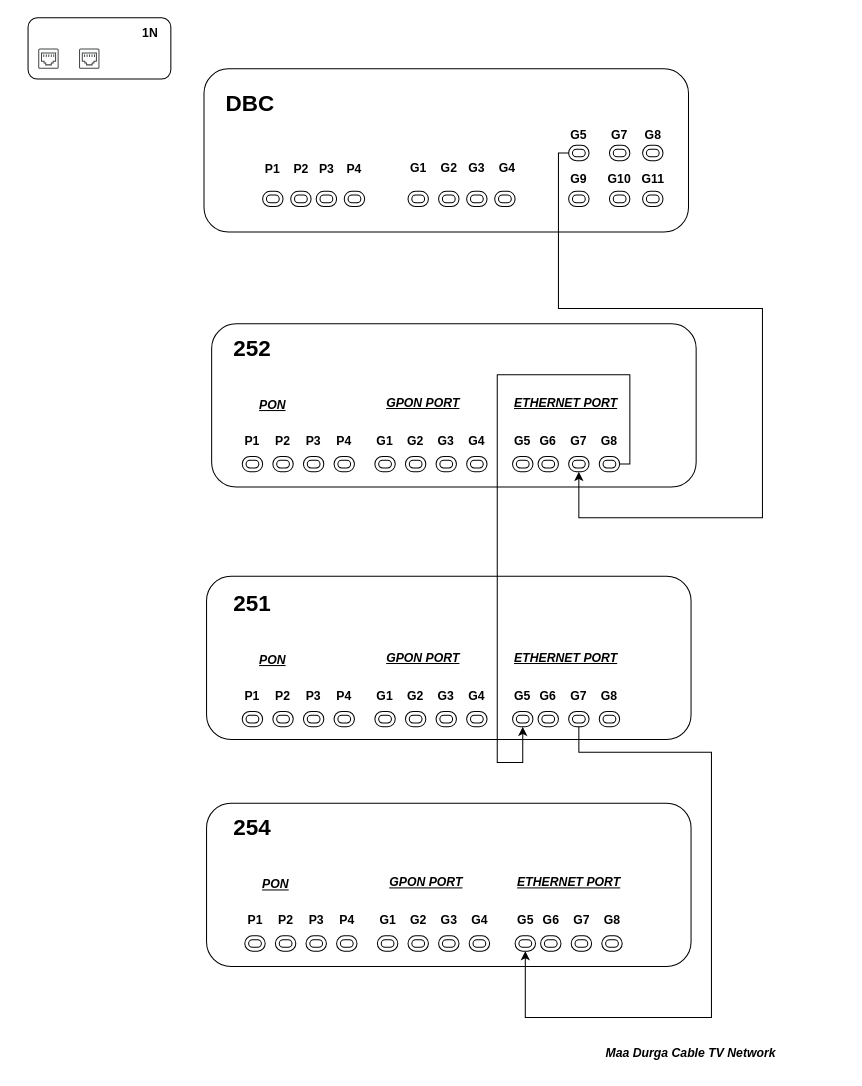
Above: GPTLCircuitDiagram.drawio in Spyware0412/GPTLConnectionDiagram (draw.io), before the change. Source tidied: cells renumbered, new cells numbered last; positions are measured from the earlier drawing's top-left corner, leaving out a move shared by most shapes. Both pictures are drawn from the tidied source at 102%, with x=0, y=0 at pixel (28, 17).
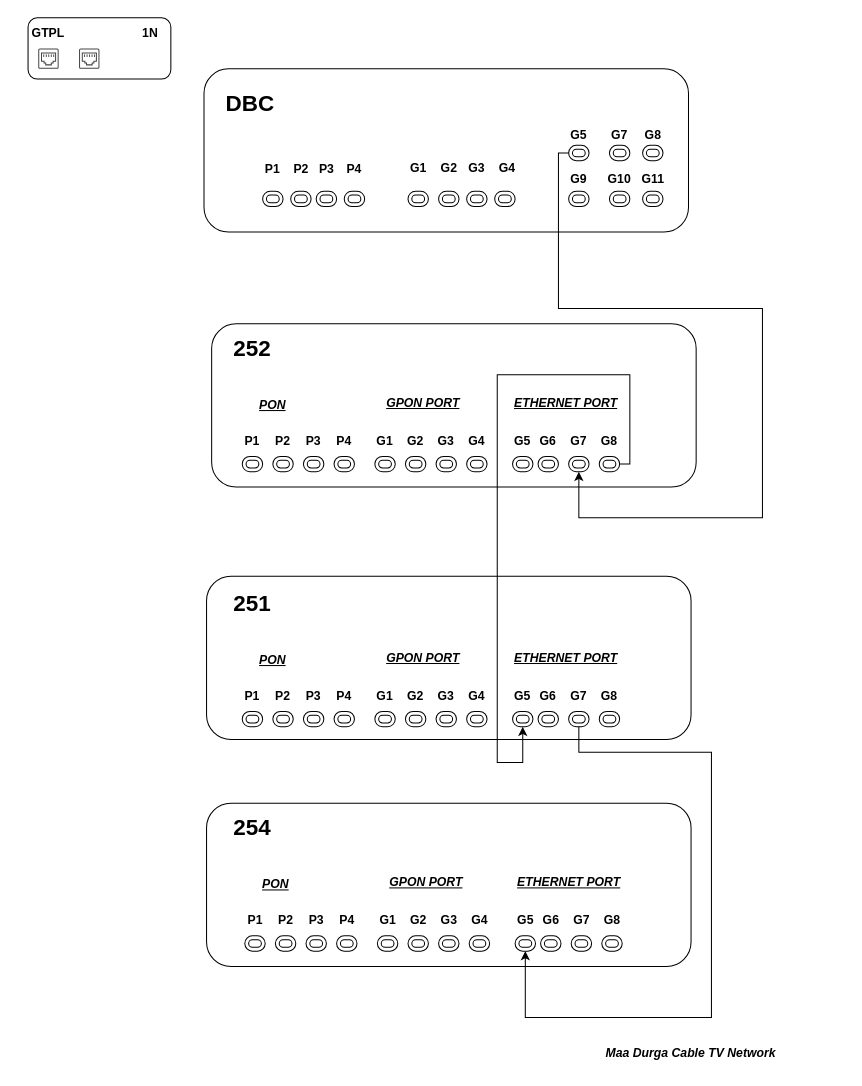
The same diagram, later.

Change to the diagram source:
```diff
@@
+    <mxCell id="129" value="&lt;b&gt;GTPL&lt;/b&gt;" style="text;html=1;strokeColor=none;fillColor=none;align=center;verticalAlign=middle;whiteSpace=wrap;rounded=0;" parent="1" vertex="1">
+      <mxGeometry x="-10" width="60" height="30" as="geometry" />
+    </mxCell>
```
